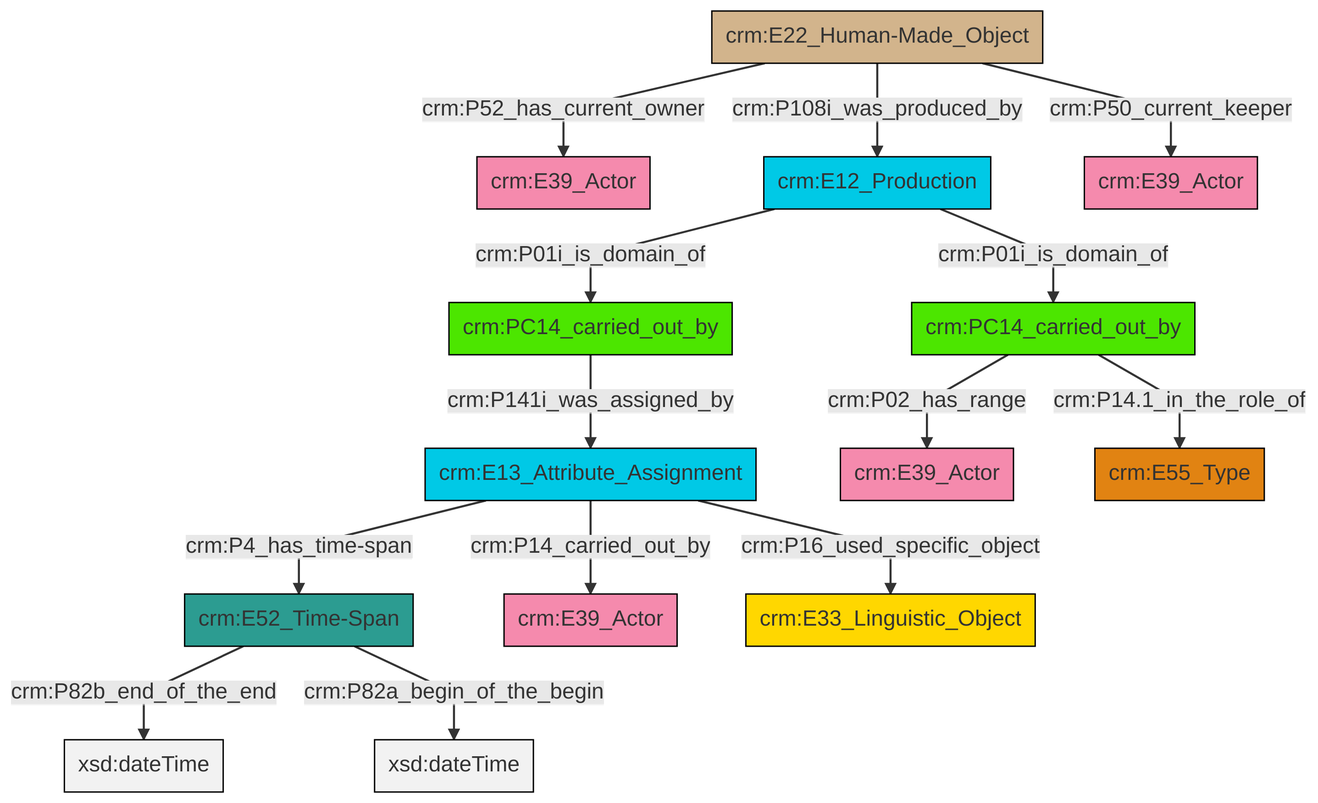
Earlier version of the Mermaid export et/carrierCSV/ttl/mmd/png/carrier_relations.png (swiss-art-research-net/docs.swissartresearch). Its source is kept beside it as et/carrierCSV/ttl/mmd/carrier_relations.ttl.mmd. The source it was exported from:
```mermaid
graph TD
classDef Literal fill:#f2f2f2,stroke:#000000;
classDef CRM_Entity fill:#FFFFFF,stroke:#000000;
classDef Temporal_Entity fill:#00C9E6, stroke:#000000;
classDef Type fill:#E18312, stroke:#000000;
classDef Time-Span fill:#2C9C91, stroke:#000000;
classDef Appellation fill:#FFEB7F, stroke:#000000;
classDef Place fill:#008836, stroke:#000000;
classDef Persistent_Item fill:#B266B2, stroke:#000000;
classDef Conceptual_Object fill:#FFD700, stroke:#000000;
classDef Physical_Thing fill:#D2B48C, stroke:#000000;
classDef Actor fill:#f58aad, stroke:#000000;
classDef PC_Classes fill:#4ce600, stroke:#000000;
classDef Multi fill:#cccccc,stroke:#000000;

0["crm:PC14_carried_out_by"]:::PC_Classes -->|crm:P141i_was_assigned_by| 1["crm:E13_Attribute_Assignment"]:::Temporal_Entity
2["crm:E52_Time-Span"]:::Time-Span -->|crm:P82b_end_of_the_end| 3[xsd:dateTime]:::Literal
2["crm:E52_Time-Span"]:::Time-Span -->|crm:P82a_begin_of_the_begin| 10[xsd:dateTime]:::Literal
13["crm:E22_Human-Made_Object"]:::Physical_Thing -->|crm:P108i_was_produced_by| 14["crm:E12_Production"]:::Temporal_Entity
4["crm:PC14_carried_out_by"]:::PC_Classes -->|crm:P14.1_in_the_role_of| 16["crm:E55_Type"]:::Type
14["crm:E12_Production"]:::Temporal_Entity -->|crm:P01i_is_domain_of| 0["crm:PC14_carried_out_by"]:::PC_Classes
1["crm:E13_Attribute_Assignment"]:::Temporal_Entity -->|crm:P4_has_time-span| 2["crm:E52_Time-Span"]:::Time-Span
1["crm:E13_Attribute_Assignment"]:::Temporal_Entity -->|crm:P14_carried_out_by| 6["crm:E39_Actor"]:::Actor
4["crm:PC14_carried_out_by"]:::PC_Classes -->|crm:P02_has_range| 8["crm:E39_Actor"]:::Actor
13["crm:E22_Human-Made_Object"]:::Physical_Thing -->|crm:P52_has_current_owner| 11["crm:E39_Actor"]:::Actor
13["crm:E22_Human-Made_Object"]:::Physical_Thing -->|crm:P50_current_keeper| 24["crm:E39_Actor"]:::Actor
1["crm:E13_Attribute_Assignment"]:::Temporal_Entity -->|crm:P16_used_specific_object| 18["crm:E33_Linguistic_Object"]:::Conceptual_Object
14["crm:E12_Production"]:::Temporal_Entity -->|crm:P01i_is_domain_of| 4["crm:PC14_carried_out_by"]:::PC_Classes
```
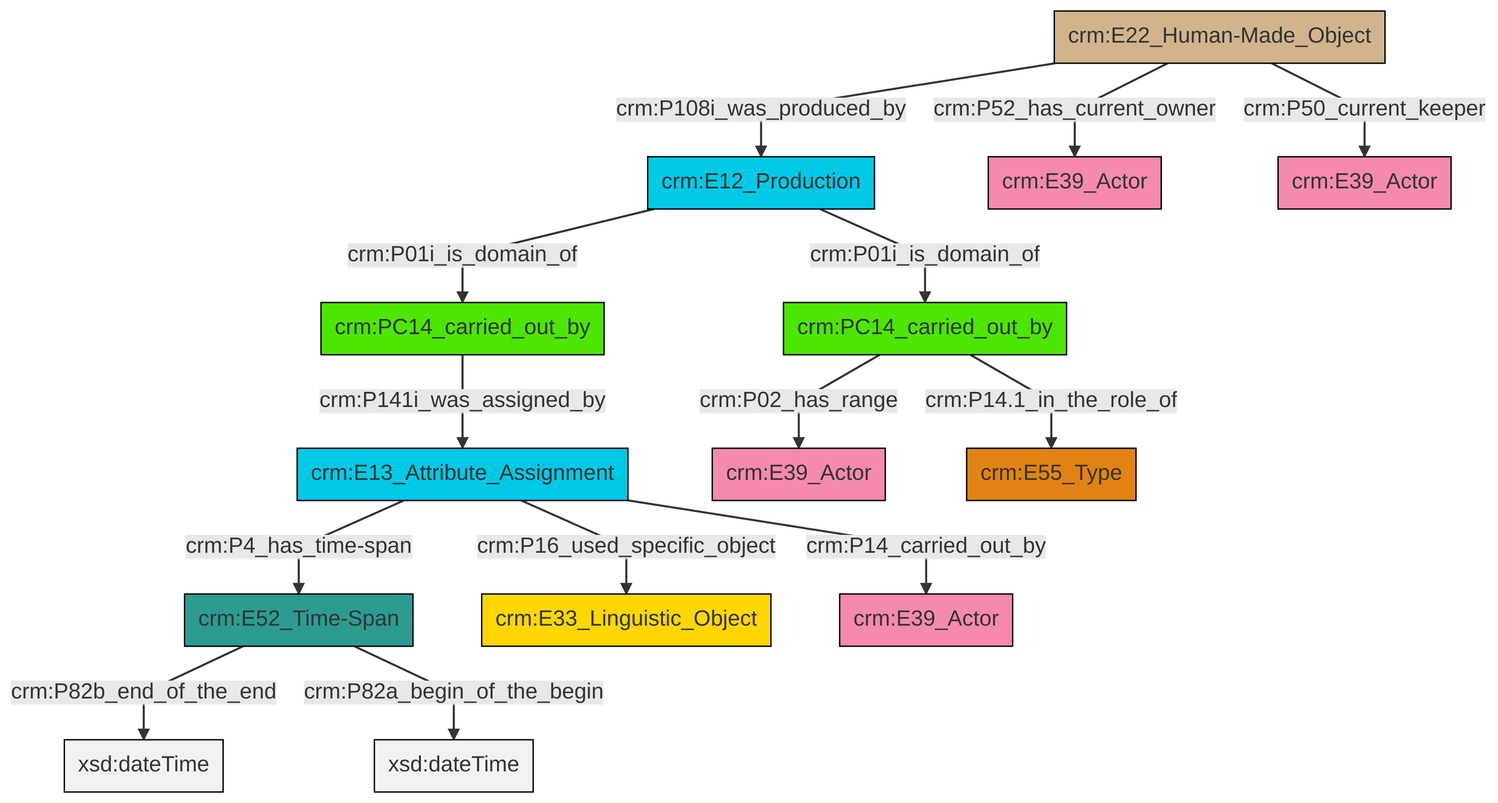
The same diagram one commit later.

Diff of the diagram source:
```diff
@@ -13,16 +13,16 @@
 classDef PC_Classes fill:#4ce600, stroke:#000000;
 classDef Multi fill:#cccccc,stroke:#000000;
 
-0["crm:PC14_carried_out_by"]:::PC_Classes -->|crm:P141i_was_assigned_by| 1["crm:E13_Attribute_Assignment"]:::Temporal_Entity
-2["crm:E52_Time-Span"]:::Time-Span -->|crm:P82b_end_of_the_end| 3[xsd:dateTime]:::Literal
-2["crm:E52_Time-Span"]:::Time-Span -->|crm:P82a_begin_of_the_begin| 10[xsd:dateTime]:::Literal
-13["crm:E22_Human-Made_Object"]:::Physical_Thing -->|crm:P108i_was_produced_by| 14["crm:E12_Production"]:::Temporal_Entity
-4["crm:PC14_carried_out_by"]:::PC_Classes -->|crm:P14.1_in_the_role_of| 16["crm:E55_Type"]:::Type
-14["crm:E12_Production"]:::Temporal_Entity -->|crm:P01i_is_domain_of| 0["crm:PC14_carried_out_by"]:::PC_Classes
-1["crm:E13_Attribute_Assignment"]:::Temporal_Entity -->|crm:P4_has_time-span| 2["crm:E52_Time-Span"]:::Time-Span
-1["crm:E13_Attribute_Assignment"]:::Temporal_Entity -->|crm:P14_carried_out_by| 6["crm:E39_Actor"]:::Actor
-4["crm:PC14_carried_out_by"]:::PC_Classes -->|crm:P02_has_range| 8["crm:E39_Actor"]:::Actor
-13["crm:E22_Human-Made_Object"]:::Physical_Thing -->|crm:P52_has_current_owner| 11["crm:E39_Actor"]:::Actor
-13["crm:E22_Human-Made_Object"]:::Physical_Thing -->|crm:P50_current_keeper| 24["crm:E39_Actor"]:::Actor
-1["crm:E13_Attribute_Assignment"]:::Temporal_Entity -->|crm:P16_used_specific_object| 18["crm:E33_Linguistic_Object"]:::Conceptual_Object
-14["crm:E12_Production"]:::Temporal_Entity -->|crm:P01i_is_domain_of| 4["crm:PC14_carried_out_by"]:::PC_Classes
+0["crm:E22_Human-Made_Object"]:::Physical_Thing -->|crm:P108i_was_produced_by| 1["crm:E12_Production"]:::Temporal_Entity
+5["crm:E13_Attribute_Assignment"]:::Temporal_Entity -->|crm:P4_has_time-span| 6["crm:E52_Time-Span"]:::Time-Span
+6["crm:E52_Time-Span"]:::Time-Span -->|crm:P82b_end_of_the_end| 8[xsd:dateTime]:::Literal
+6["crm:E52_Time-Span"]:::Time-Span -->|crm:P82a_begin_of_the_begin| 11[xsd:dateTime]:::Literal
+0["crm:E22_Human-Made_Object"]:::Physical_Thing -->|crm:P52_has_current_owner| 12["crm:E39_Actor"]:::Actor
+13["crm:PC14_carried_out_by"]:::PC_Classes -->|crm:P02_has_range| 14["crm:E39_Actor"]:::Actor
+15["crm:PC14_carried_out_by"]:::PC_Classes -->|crm:P141i_was_assigned_by| 5["crm:E13_Attribute_Assignment"]:::Temporal_Entity
+1["crm:E12_Production"]:::Temporal_Entity -->|crm:P01i_is_domain_of| 15["crm:PC14_carried_out_by"]:::PC_Classes
+0["crm:E22_Human-Made_Object"]:::Physical_Thing -->|crm:P50_current_keeper| 20["crm:E39_Actor"]:::Actor
+5["crm:E13_Attribute_Assignment"]:::Temporal_Entity -->|crm:P16_used_specific_object| 18["crm:E33_Linguistic_Object"]:::Conceptual_Object
+1["crm:E12_Production"]:::Temporal_Entity -->|crm:P01i_is_domain_of| 13["crm:PC14_carried_out_by"]:::PC_Classes
+5["crm:E13_Attribute_Assignment"]:::Temporal_Entity -->|crm:P14_carried_out_by| 9["crm:E39_Actor"]:::Actor
+13["crm:PC14_carried_out_by"]:::PC_Classes -->|crm:P14.1_in_the_role_of| 2["crm:E55_Type"]:::Type
```
